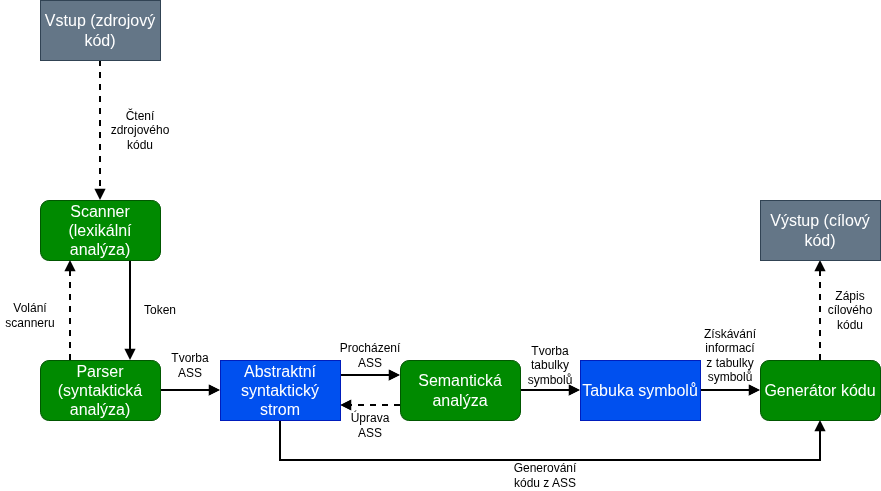
Rustatano/ifj26-project keeps this draw.io diagram as doc/figures/compiler_scheme.png. Above is the earlier version. Source tidied: cells renumbered, new cells last; positions are measured from the earlier drawing's top-left corner, leaving out a move shared by most shapes.
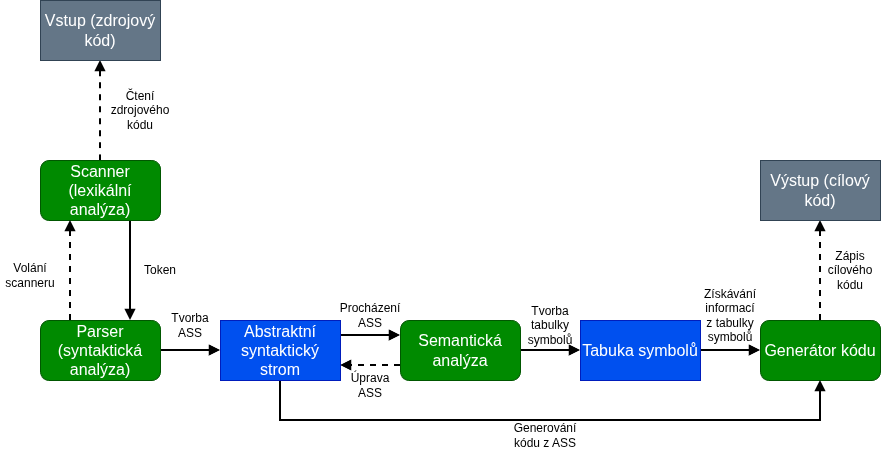
After the change.

Commit message:
fix: update compiler scheme

The edit, as a diff of the source:
```diff
@@ -52,17 +52,17 @@
     <mxCell id="16" value="&lt;span style=&quot;font-size: 16px;&quot;&gt;Tab&lt;/span&gt;&lt;span style=&quot;font-size: 16px; background-color: transparent;&quot;&gt;uka symbolů&lt;/span&gt;" style="rounded=0;whiteSpace=wrap;html=1;fillColor=#0050ef;fontColor=#ffffff;strokeColor=#001DBC;" parent="1" vertex="1">
       <mxGeometry x="580" y="360" width="120" height="60" as="geometry" />
     </mxCell>
-    <mxCell id="17" style="edgeStyle=orthogonalEdgeStyle;rounded=0;jettySize=auto;html=1;entryX=0.5;entryY=0;entryDx=0;entryDy=0;defaultLabelBackgroundColor=page;strokeWidth=2;endArrow=block;endFill=1;dashed=1;" parent="1" edge="1" source="18" target="3">
+    <mxCell id="17" style="edgeStyle=orthogonalEdgeStyle;rounded=0;jettySize=auto;html=1;entryX=0.5;entryY=0;entryDx=0;entryDy=0;defaultLabelBackgroundColor=page;strokeWidth=2;endArrow=none;endFill=0;dashed=1;startArrow=block;startFill=1;" parent="1" edge="1" source="18" target="3">
       <mxGeometry relative="1" as="geometry" />
     </mxCell>
     <mxCell id="18" value="&lt;span style=&quot;font-size: 16px;&quot;&gt;Vstup (zdrojový kód)&lt;/span&gt;" style="rounded=0;whiteSpace=wrap;html=1;fillColor=#647687;fontColor=#ffffff;strokeColor=#314354;" parent="1" vertex="1">
-      <mxGeometry x="40" width="120" height="60" as="geometry" />
+      <mxGeometry x="40" y="40" width="120" height="60" as="geometry" />
     </mxCell>
     <mxCell id="19" value="&lt;span style=&quot;font-size: 16px;&quot;&gt;Výstup (cílový kód)&lt;/span&gt;" style="rounded=0;whiteSpace=wrap;html=1;fillColor=#647687;fontColor=#ffffff;strokeColor=#314354;" parent="1" vertex="1">
       <mxGeometry x="760" y="200" width="120" height="60" as="geometry" />
     </mxCell>
     <mxCell id="20" value="Čtení zdrojového kódu" style="text;html=1;whiteSpace=wrap;strokeColor=none;fillColor=none;align=center;verticalAlign=middle;rounded=0;" parent="1" vertex="1">
-      <mxGeometry x="110" y="115" width="60" height="30" as="geometry" />
+      <mxGeometry x="110" y="135" width="60" height="30" as="geometry" />
     </mxCell>
     <mxCell id="21" value="Zápis cílového kódu" style="text;html=1;whiteSpace=wrap;strokeColor=none;fillColor=none;align=center;verticalAlign=middle;rounded=0;" parent="1" vertex="1">
       <mxGeometry x="820" y="295" width="60" height="30" as="geometry" />
```
